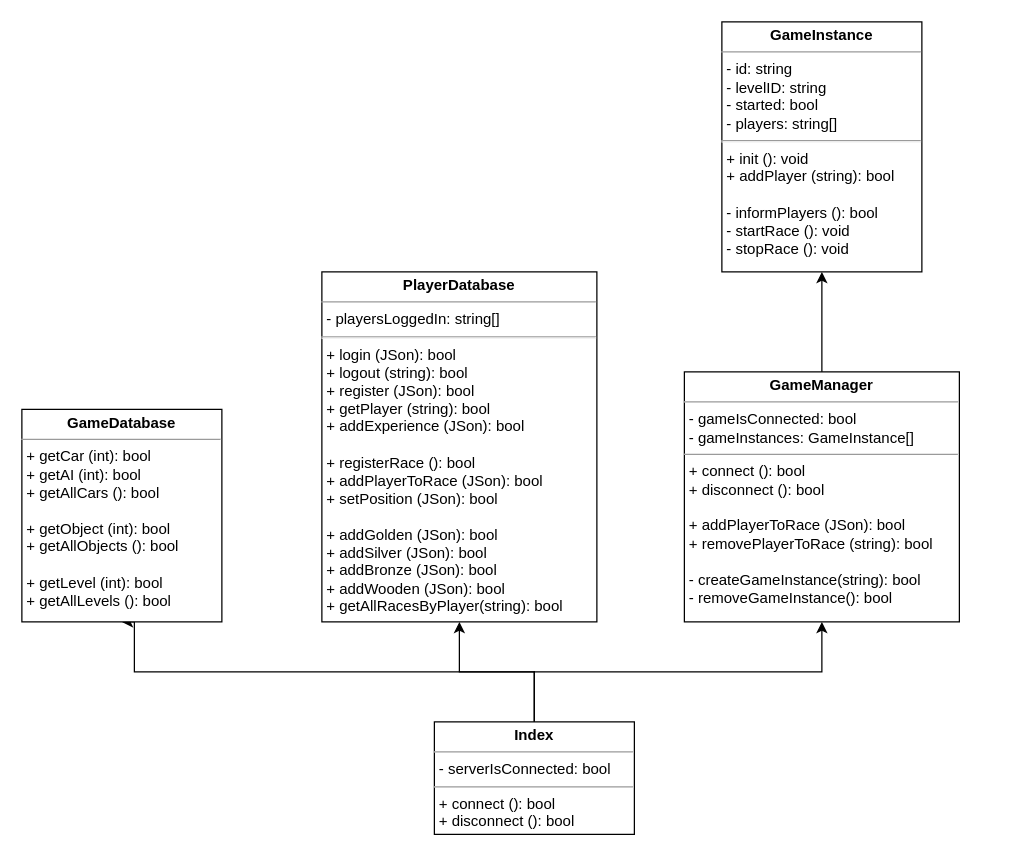
The draw.io diagram page "UML - Servidor" (2 of 3) of Documentación/Diseño/Diagramas.drawio in eespunes/Desarrollo-de-un-Prototipo-de-Videojuego-en-Red, before the edit. Source tidied: cells renumbered, new cells numbered last; positions are measured from the earlier drawing's top-left corner, leaving out a move shared by most shapes. Both pictures are drawn from the tidied source at 125%, with x=0, y=0 at pixel (21, 21).
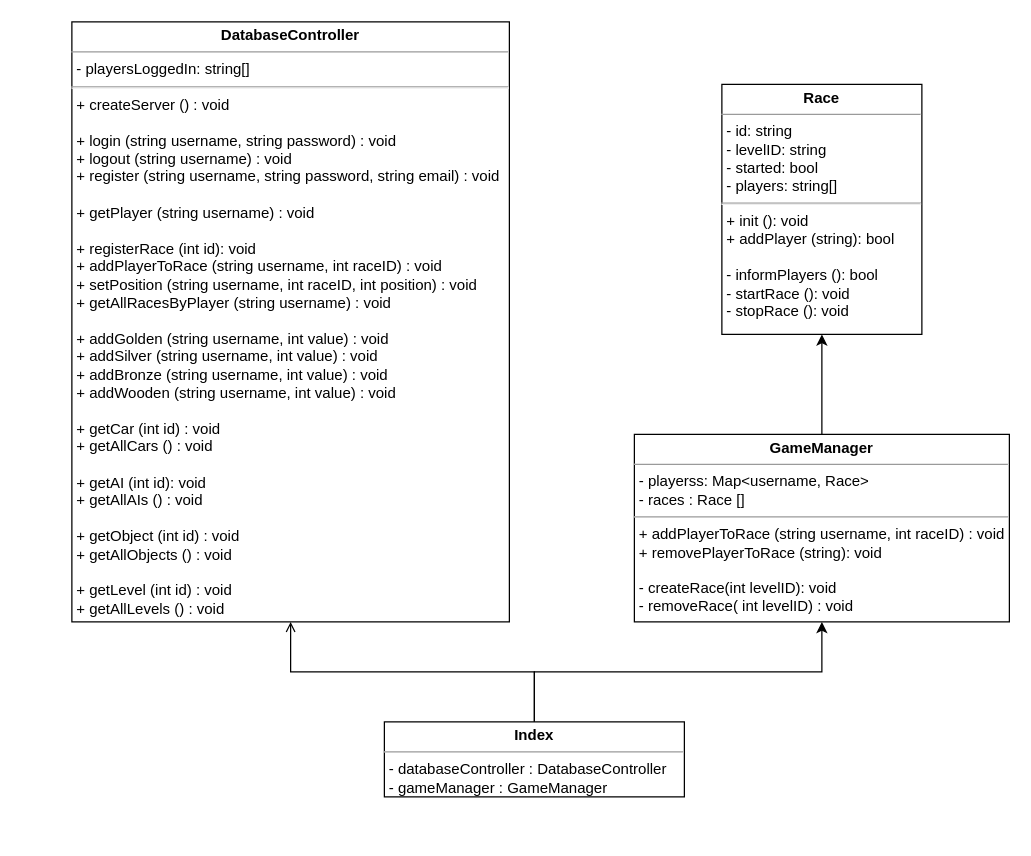
The same diagram, later.

Change to the diagram source:
```diff
@@
 <mxGraphModel>
   <root>
     <mxCell id="0" />
     <mxCell id="1" parent="0" />
-    <mxCell id="2" style="edgeStyle=orthogonalEdgeStyle;rounded=0;jettySize=auto;html=1;exitX=0.5;exitY=0;exitDx=0;exitDy=0;entryX=0.5;entryY=1;entryDx=0;entryDy=0;" parent="1" edge="1" source="5" target="8">
-      <mxGeometry relative="1" as="geometry">
-        <Array as="points">
-          <mxPoint x="410" y="520" />
-          <mxPoint x="90" y="520" />
-          <mxPoint x="90" y="480" />
-        </Array>
-      </mxGeometry>
-    </mxCell>
-    <mxCell id="3" style="edgeStyle=orthogonalEdgeStyle;rounded=0;jettySize=auto;html=1;exitX=0.5;exitY=0;exitDx=0;exitDy=0;entryX=0.5;entryY=1;entryDx=0;entryDy=0;" parent="1" edge="1" source="5" target="9">
+    <mxCell id="3" style="edgeStyle=orthogonalEdgeStyle;rounded=0;jettySize=auto;html=1;exitX=0.5;exitY=0;exitDx=0;exitDy=0;entryX=0.5;entryY=1;entryDx=0;entryDy=0;endArrow=open;endFill=0;" parent="1" edge="1" source="5" target="9">
       <mxGeometry relative="1" as="geometry">
         <Array as="points">
           <mxPoint x="410" y="520" />
-          <mxPoint x="350" y="520" />
+          <mxPoint x="215" y="520" />
         </Array>
       </mxGeometry>
     </mxCell>
     <mxCell id="4" style="edgeStyle=orthogonalEdgeStyle;rounded=0;jettySize=auto;html=1;exitX=0.5;exitY=0;exitDx=0;exitDy=0;entryX=0.5;entryY=1;entryDx=0;entryDy=0;" parent="1" edge="1" source="5" target="7">
       <mxGeometry relative="1" as="geometry">
         <Array as="points">
           <mxPoint x="410" y="520" />
           <mxPoint x="640" y="520" />
         </Array>
       </mxGeometry>
     </mxCell>
-    <mxCell id="5" value="&lt;p style=&quot;margin: 0px ; margin-top: 4px ; text-align: center&quot;&gt;&lt;b&gt;Index&lt;/b&gt;&lt;/p&gt;&lt;hr size=&quot;1&quot;&gt;&lt;p style=&quot;margin: 0px ; margin-left: 4px&quot;&gt;- serverIsConnected: bool&lt;/p&gt;&lt;hr size=&quot;1&quot;&gt;&lt;p style=&quot;margin: 0px ; margin-left: 4px&quot;&gt;+ connect (): bool&lt;/p&gt;&lt;p style=&quot;margin: 0px ; margin-left: 4px&quot;&gt;+ disconnect (): bool&lt;/p&gt;" style="verticalAlign=top;align=left;overflow=fill;fontSize=12;fontFamily=Helvetica;html=1;" parent="1" vertex="1">
-      <mxGeometry x="330" y="560" width="160" height="90" as="geometry" />
+    <mxCell id="5" value="&lt;p style=&quot;margin: 0px ; margin-top: 4px ; text-align: center&quot;&gt;&lt;b&gt;Index&lt;/b&gt;&lt;/p&gt;&lt;hr size=&quot;1&quot;&gt;&lt;p style=&quot;margin: 0px ; margin-left: 4px&quot;&gt;- databaseController : DatabaseController&lt;/p&gt;&lt;p style=&quot;margin: 0px ; margin-left: 4px&quot;&gt;- gameManager : GameManager&lt;/p&gt;&lt;p style=&quot;margin: 0px ; margin-left: 4px&quot;&gt;&lt;br&gt;&lt;/p&gt;" style="verticalAlign=top;align=left;overflow=fill;fontSize=12;fontFamily=Helvetica;html=1;" parent="1" vertex="1">
+      <mxGeometry x="290" y="560" width="240" height="60" as="geometry" />
     </mxCell>
     <mxCell id="6" style="edgeStyle=orthogonalEdgeStyle;rounded=0;jettySize=auto;html=1;exitX=0.5;exitY=0;exitDx=0;exitDy=0;entryX=0.5;entryY=1;entryDx=0;entryDy=0;" parent="1" edge="1" source="7" target="10">
       <mxGeometry relative="1" as="geometry" />
     </mxCell>
-    <mxCell id="7" value="&lt;p style=&quot;margin: 0px ; margin-top: 4px ; text-align: center&quot;&gt;&lt;b&gt;GameManager&lt;/b&gt;&lt;/p&gt;&lt;hr size=&quot;1&quot;&gt;&lt;p style=&quot;margin: 0px ; margin-left: 4px&quot;&gt;- gameIsConnected: bool&lt;/p&gt;&lt;p style=&quot;margin: 0px ; margin-left: 4px&quot;&gt;- gameInstances: GameInstance[]&lt;/p&gt;&lt;hr size=&quot;1&quot;&gt;&lt;p style=&quot;margin: 0px 0px 0px 4px&quot;&gt;+ connect (): bool&lt;/p&gt;&lt;p style=&quot;margin: 0px 0px 0px 4px&quot;&gt;+ disconnect (): bool&lt;/p&gt;&lt;p style=&quot;margin: 0px 0px 0px 4px&quot;&gt;&lt;br&gt;&lt;/p&gt;&lt;p style=&quot;margin: 0px ; margin-left: 4px&quot;&gt;+ addPlayerToRace (JSon): bool&lt;/p&gt;&lt;p style=&quot;margin: 0px ; margin-left: 4px&quot;&gt;+ removePlayerToRace (string): bool&lt;/p&gt;&lt;p style=&quot;margin: 0px ; margin-left: 4px&quot;&gt;&lt;br&gt;&lt;/p&gt;&lt;p style=&quot;margin: 0px ; margin-left: 4px&quot;&gt;- createGameInstance(string): bool&lt;/p&gt;&lt;p style=&quot;margin: 0px ; margin-left: 4px&quot;&gt;- removeGameInstance(): bool&lt;/p&gt;" style="verticalAlign=top;align=left;overflow=fill;fontSize=12;fontFamily=Helvetica;html=1;" parent="1" vertex="1">
-      <mxGeometry x="530" y="280" width="220" height="200" as="geometry" />
+    <mxCell id="7" value="&lt;p style=&quot;margin: 0px ; margin-top: 4px ; text-align: center&quot;&gt;&lt;b&gt;GameManager&lt;/b&gt;&lt;/p&gt;&lt;hr size=&quot;1&quot;&gt;&lt;p style=&quot;margin: 0px ; margin-left: 4px&quot;&gt;&lt;span&gt;- playerss: Map&amp;lt;username, Race&amp;gt;&lt;/span&gt;&lt;br&gt;&lt;/p&gt;&lt;p style=&quot;margin: 0px ; margin-left: 4px&quot;&gt;&lt;span&gt;- races : Race []&lt;/span&gt;&lt;/p&gt;&lt;hr size=&quot;1&quot;&gt;&lt;p style=&quot;margin: 0px 0px 0px 4px&quot;&gt;&lt;span&gt;+ addPlayerToRace (string username, int raceID) : void&lt;/span&gt;&lt;br&gt;&lt;/p&gt;&lt;p style=&quot;margin: 0px ; margin-left: 4px&quot;&gt;+ removePlayerToRace (string): void&lt;/p&gt;&lt;p style=&quot;margin: 0px ; margin-left: 4px&quot;&gt;&lt;br&gt;&lt;/p&gt;&lt;p style=&quot;margin: 0px ; margin-left: 4px&quot;&gt;- createRace(int levelID): void&lt;/p&gt;&lt;p style=&quot;margin: 0px ; margin-left: 4px&quot;&gt;- removeRace( int levelID) : void&lt;/p&gt;" style="verticalAlign=top;align=left;overflow=fill;fontSize=12;fontFamily=Helvetica;html=1;" parent="1" vertex="1">
+      <mxGeometry x="490" y="330" width="300" height="150" as="geometry" />
     </mxCell>
-    <mxCell id="8" value="&lt;p style=&quot;margin: 0px ; margin-top: 4px ; text-align: center&quot;&gt;&lt;b&gt;GameDatabase&lt;/b&gt;&lt;/p&gt;&lt;hr size=&quot;1&quot;&gt;&lt;p style=&quot;margin: 0px ; margin-left: 4px&quot;&gt;&lt;/p&gt;&lt;p style=&quot;margin: 0px ; margin-left: 4px&quot;&gt;+ getCar (int): bool&lt;/p&gt;&lt;p style=&quot;margin: 0px ; margin-left: 4px&quot;&gt;+ getAI (int): bool&lt;/p&gt;&lt;p style=&quot;margin: 0px ; margin-left: 4px&quot;&gt;+ getAllCars (): bool&lt;/p&gt;&lt;p style=&quot;margin: 0px ; margin-left: 4px&quot;&gt;&lt;br&gt;&lt;/p&gt;&lt;p style=&quot;margin: 0px ; margin-left: 4px&quot;&gt;+ getObject (int): bool&lt;/p&gt;&lt;p style=&quot;margin: 0px ; margin-left: 4px&quot;&gt;+ getAllObjects (): bool&lt;/p&gt;&lt;p style=&quot;margin: 0px ; margin-left: 4px&quot;&gt;&lt;br&gt;&lt;/p&gt;&lt;p style=&quot;margin: 0px ; margin-left: 4px&quot;&gt;+ getLevel (int): bool&lt;/p&gt;&lt;p style=&quot;margin: 0px ; margin-left: 4px&quot;&gt;+ getAllLevels (): bool&lt;/p&gt;" style="verticalAlign=top;align=left;overflow=fill;fontSize=12;fontFamily=Helvetica;html=1;" parent="1" vertex="1">
-      <mxGeometry y="310" width="160" height="170" as="geometry" />
-    </mxCell>
-    <mxCell id="9" value="&lt;p style=&quot;margin: 0px ; margin-top: 4px ; text-align: center&quot;&gt;&lt;b&gt;PlayerDatabase&lt;/b&gt;&lt;/p&gt;&lt;hr size=&quot;1&quot;&gt;&lt;p style=&quot;margin: 0px 0px 0px 4px&quot;&gt;- playersLoggedIn: string[]&lt;/p&gt;&lt;hr&gt;&lt;p style=&quot;margin: 0px 0px 0px 4px&quot;&gt;+ login (JSon): bool&lt;/p&gt;&lt;p style=&quot;margin: 0px 0px 0px 4px&quot;&gt;+ logout (string): bool&lt;/p&gt;&lt;p style=&quot;margin: 0px 0px 0px 4px&quot;&gt;+ register (JSon): bool&lt;/p&gt;&lt;p style=&quot;margin: 0px 0px 0px 4px&quot;&gt;+ getPlayer (string): bool&lt;/p&gt;&lt;p style=&quot;margin: 0px 0px 0px 4px&quot;&gt;+ addExperience (JSon): bool&lt;/p&gt;&lt;p style=&quot;margin: 0px 0px 0px 4px&quot;&gt;&lt;br&gt;&lt;/p&gt;&lt;p style=&quot;margin: 0px 0px 0px 4px&quot;&gt;+ registerRace (): bool&lt;/p&gt;&lt;p style=&quot;margin: 0px 0px 0px 4px&quot;&gt;+ addPlayerToRace (JSon): bool&lt;/p&gt;&lt;p style=&quot;margin: 0px 0px 0px 4px&quot;&gt;+ setPosition (JSon): bool&lt;/p&gt;&lt;p style=&quot;margin: 0px 0px 0px 4px&quot;&gt;&lt;br&gt;&lt;/p&gt;&lt;p style=&quot;margin: 0px 0px 0px 4px&quot;&gt;+ addGolden (JSon): bool&lt;/p&gt;&lt;p style=&quot;margin: 0px 0px 0px 4px&quot;&gt;+ addSilver (JSon): bool&lt;/p&gt;&lt;p style=&quot;margin: 0px 0px 0px 4px&quot;&gt;+ addBronze (JSon): bool&lt;br&gt;&lt;/p&gt;&lt;p style=&quot;margin: 0px 0px 0px 4px&quot;&gt;+ addWooden (JSon): bool&lt;br&gt;&lt;/p&gt;&lt;p style=&quot;margin: 0px 0px 0px 4px&quot;&gt;+ getAllRacesByPlayer(string): bool&lt;/p&gt;" style="verticalAlign=top;align=left;overflow=fill;fontSize=12;fontFamily=Helvetica;html=1;" parent="1" vertex="1">
-      <mxGeometry x="240" y="200" width="220" height="280" as="geometry" />
+    <mxCell id="9" value="&lt;p style=&quot;margin: 0px ; margin-top: 4px ; text-align: center&quot;&gt;&lt;b&gt;DatabaseController&lt;/b&gt;&lt;/p&gt;&lt;hr size=&quot;1&quot;&gt;&lt;p style=&quot;margin: 0px 0px 0px 4px&quot;&gt;- playersLoggedIn: string[]&lt;/p&gt;&lt;hr&gt;&lt;p style=&quot;margin: 0px 0px 0px 4px&quot;&gt;+ createServer () : void&lt;/p&gt;&lt;p style=&quot;margin: 0px 0px 0px 4px&quot;&gt;&lt;br&gt;&lt;/p&gt;&lt;p style=&quot;margin: 0px 0px 0px 4px&quot;&gt;+ login (string username, string password) : void&lt;/p&gt;&lt;p style=&quot;margin: 0px 0px 0px 4px&quot;&gt;+ logout (string username) : void&lt;/p&gt;&lt;p style=&quot;margin: 0px 0px 0px 4px&quot;&gt;+ register (string username, string password, string email) : void&lt;/p&gt;&lt;p style=&quot;margin: 0px 0px 0px 4px&quot;&gt;&lt;br&gt;&lt;/p&gt;&lt;p style=&quot;margin: 0px 0px 0px 4px&quot;&gt;+ getPlayer (string username) : void&lt;/p&gt;&lt;p style=&quot;margin: 0px 0px 0px 4px&quot;&gt;&lt;br&gt;&lt;/p&gt;&lt;p style=&quot;margin: 0px 0px 0px 4px&quot;&gt;+ registerRace (int id): void&lt;/p&gt;&lt;p style=&quot;margin: 0px 0px 0px 4px&quot;&gt;+ addPlayerToRace (string username, int raceID) : void&lt;/p&gt;&lt;p style=&quot;margin: 0px 0px 0px 4px&quot;&gt;+ setPosition (string username, int raceID, int position) : void&lt;/p&gt;&lt;p style=&quot;margin: 0px 0px 0px 4px&quot;&gt;+ getAllRacesByPlayer (string username) : void&lt;/p&gt;&lt;p style=&quot;margin: 0px 0px 0px 4px&quot;&gt;&lt;br&gt;&lt;/p&gt;&lt;p style=&quot;margin: 0px 0px 0px 4px&quot;&gt;+ addGolden (string username, int value) : void&lt;/p&gt;&lt;p style=&quot;margin: 0px 0px 0px 4px&quot;&gt;+ addSilver (string username, int value) : void&lt;/p&gt;&lt;p style=&quot;margin: 0px 0px 0px 4px&quot;&gt;+ addBronze (string username, int value) : void&lt;br&gt;&lt;/p&gt;&lt;p style=&quot;margin: 0px 0px 0px 4px&quot;&gt;+ addWooden (string username, int value) : void&lt;/p&gt;&lt;p style=&quot;margin: 0px 0px 0px 4px&quot;&gt;&lt;br&gt;&lt;/p&gt;&lt;p style=&quot;margin: 0px 0px 0px 4px&quot;&gt;+ getCar (int id) : void&lt;/p&gt;&lt;p style=&quot;margin: 0px 0px 0px 4px&quot;&gt;+ getAllCars () : void&lt;/p&gt;&lt;p style=&quot;margin: 0px 0px 0px 4px&quot;&gt;&lt;br&gt;&lt;/p&gt;&lt;p style=&quot;margin: 0px 0px 0px 4px&quot;&gt;+ getAI (int id): void&lt;/p&gt;&lt;p style=&quot;margin: 0px 0px 0px 4px&quot;&gt;+ getAllAIs () : void&lt;/p&gt;&lt;p style=&quot;margin: 0px 0px 0px 4px&quot;&gt;&lt;br&gt;&lt;/p&gt;&lt;p style=&quot;margin: 0px 0px 0px 4px&quot;&gt;+ getObject (int id) : void&lt;/p&gt;&lt;p style=&quot;margin: 0px 0px 0px 4px&quot;&gt;+ getAllObjects () : void&lt;/p&gt;&lt;p style=&quot;margin: 0px 0px 0px 4px&quot;&gt;&lt;br&gt;&lt;/p&gt;&lt;p style=&quot;margin: 0px 0px 0px 4px&quot;&gt;+ getLevel (int id) : void&lt;/p&gt;&lt;p style=&quot;margin: 0px 0px 0px 4px&quot;&gt;+ getAllLevels () : void&lt;/p&gt;" style="verticalAlign=top;align=left;overflow=fill;fontSize=12;fontFamily=Helvetica;html=1;" parent="1" vertex="1">
+      <mxGeometry x="40" width="350" height="480" as="geometry" />
     </mxCell>
-    <mxCell id="10" value="&lt;p style=&quot;margin: 0px ; margin-top: 4px ; text-align: center&quot;&gt;&lt;b&gt;GameInstance&lt;/b&gt;&lt;/p&gt;&lt;hr size=&quot;1&quot;&gt;&lt;p style=&quot;margin: 0px ; margin-left: 4px&quot;&gt;- id: string&lt;/p&gt;&lt;p style=&quot;margin: 0px ; margin-left: 4px&quot;&gt;- levelID: string&lt;/p&gt;&lt;p style=&quot;margin: 0px ; margin-left: 4px&quot;&gt;- started: bool&lt;/p&gt;&lt;p style=&quot;margin: 0px ; margin-left: 4px&quot;&gt;- players: string[]&lt;/p&gt;&lt;hr&gt;&lt;p style=&quot;margin: 0px ; margin-left: 4px&quot;&gt;+ init (): void&lt;/p&gt;&lt;p style=&quot;margin: 0px ; margin-left: 4px&quot;&gt;+ addPlayer (string): bool&lt;/p&gt;&lt;p style=&quot;margin: 0px ; margin-left: 4px&quot;&gt;&lt;br&gt;&lt;/p&gt;&lt;p style=&quot;margin: 0px ; margin-left: 4px&quot;&gt;- informPlayers (): bool&lt;/p&gt;&lt;p style=&quot;margin: 0px ; margin-left: 4px&quot;&gt;- startRace (): void&lt;/p&gt;&lt;p style=&quot;margin: 0px ; margin-left: 4px&quot;&gt;- stopRace (): void&lt;/p&gt;" style="verticalAlign=top;align=left;overflow=fill;fontSize=12;fontFamily=Helvetica;html=1;" parent="1" vertex="1">
-      <mxGeometry x="560" width="160" height="200" as="geometry" />
+    <mxCell id="10" value="&lt;p style=&quot;margin: 0px ; margin-top: 4px ; text-align: center&quot;&gt;&lt;b&gt;Race&lt;/b&gt;&lt;/p&gt;&lt;hr size=&quot;1&quot;&gt;&lt;p style=&quot;margin: 0px ; margin-left: 4px&quot;&gt;- id: string&lt;/p&gt;&lt;p style=&quot;margin: 0px ; margin-left: 4px&quot;&gt;- levelID: string&lt;/p&gt;&lt;p style=&quot;margin: 0px ; margin-left: 4px&quot;&gt;- started: bool&lt;/p&gt;&lt;p style=&quot;margin: 0px ; margin-left: 4px&quot;&gt;- players: string[]&lt;/p&gt;&lt;hr&gt;&lt;p style=&quot;margin: 0px ; margin-left: 4px&quot;&gt;+ init (): void&lt;/p&gt;&lt;p style=&quot;margin: 0px ; margin-left: 4px&quot;&gt;+ addPlayer (string): bool&lt;/p&gt;&lt;p style=&quot;margin: 0px ; margin-left: 4px&quot;&gt;&lt;br&gt;&lt;/p&gt;&lt;p style=&quot;margin: 0px ; margin-left: 4px&quot;&gt;- informPlayers (): bool&lt;/p&gt;&lt;p style=&quot;margin: 0px ; margin-left: 4px&quot;&gt;- startRace (): void&lt;/p&gt;&lt;p style=&quot;margin: 0px ; margin-left: 4px&quot;&gt;- stopRace (): void&lt;/p&gt;" style="verticalAlign=top;align=left;overflow=fill;fontSize=12;fontFamily=Helvetica;html=1;" parent="1" vertex="1">
+      <mxGeometry x="560" y="50" width="160" height="200" as="geometry" />
     </mxCell>
   </root>
 </mxGraphModel>
```
